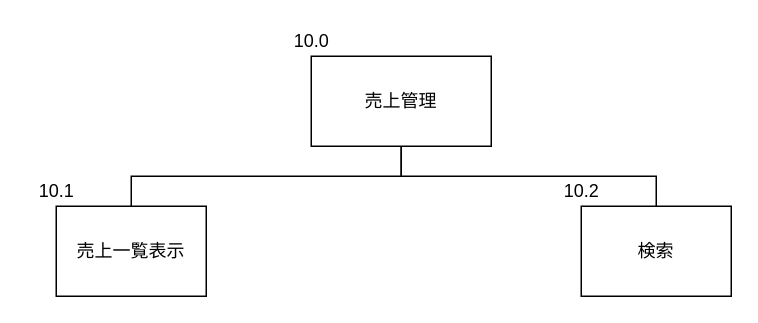
Earlier version of the draw.io diagram page "売上管理" (9 of 9) of 提出ドキュメント/サブシステム構造図/サブシステム構造図.drawio (Yamanin3/system-devel). Source tidied: cells renumbered, new cells numbered last; positions are measured from the earlier drawing's top-left corner, leaving out a move shared by most shapes. Both pictures are drawn from the tidied source at 150%, with x=0, y=0 at pixel (26, 26).
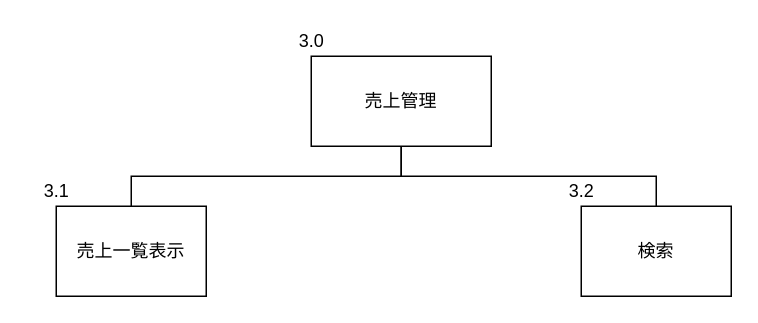
Above is the later version.

What changed in the source:
```diff
@@
 <mxGraphModel>
   <root>
     <mxCell id="0" />
     <mxCell id="1" parent="0" />
     <mxCell id="2" value="売上管理" style="whiteSpace=wrap;html=1;align=center;" parent="1" vertex="1">
       <mxGeometry x="190" y="20" width="120" height="60" as="geometry" />
     </mxCell>
-    <mxCell id="3" value="10.0" style="text;html=1;align=center;verticalAlign=middle;fillColor=none;strokeColor=none;rounded=0;" parent="2" vertex="1">
-      <mxGeometry x="-20" y="-20" width="40" height="20" as="geometry" />
+    <mxCell id="3" value="3.0" style="text;html=1;align=center;verticalAlign=middle;fillColor=none;strokeColor=none;rounded=0;" parent="2" vertex="1">
+      <mxGeometry x="-15" y="-20" width="30" height="20" as="geometry" />
     </mxCell>
     <mxCell id="4" value="検索" style="whiteSpace=wrap;html=1;align=center;verticalAlign=middle;" parent="1" vertex="1">
       <mxGeometry x="370" y="120" width="100" height="60" as="geometry" />
     </mxCell>
     <mxCell id="5" style="edgeStyle=elbowEdgeStyle;elbow=vertical;startArrow=none;endArrow=none;rounded=0;" parent="1" edge="1" target="4">
       <mxGeometry relative="1" as="geometry">
         <mxPoint x="250" y="80" as="sourcePoint" />
       </mxGeometry>
     </mxCell>
     <mxCell id="6" value="売上一覧表示" style="whiteSpace=wrap;html=1;align=center;verticalAlign=middle;" parent="1" vertex="1">
       <mxGeometry x="20" y="120" width="100" height="60" as="geometry" />
     </mxCell>
     <mxCell id="7" style="edgeStyle=elbowEdgeStyle;elbow=vertical;startArrow=none;endArrow=none;rounded=0;exitX=0.5;exitY=1;exitDx=0;exitDy=0;" parent="1" edge="1" source="2" target="6">
       <mxGeometry relative="1" as="geometry" />
     </mxCell>
-    <mxCell id="8" value="10.1" style="text;html=1;align=center;verticalAlign=middle;fillColor=none;strokeColor=none;rounded=0;" parent="1" vertex="1">
-      <mxGeometry y="100" width="40" height="20" as="geometry" />
+    <mxCell id="8" value="3.1" style="text;html=1;align=center;verticalAlign=middle;fillColor=none;strokeColor=none;rounded=0;" parent="1" vertex="1">
+      <mxGeometry x="5" y="100" width="30" height="20" as="geometry" />
     </mxCell>
-    <mxCell id="9" value="10.2" style="text;html=1;align=center;verticalAlign=middle;fillColor=none;strokeColor=none;rounded=0;" parent="1" vertex="1">
-      <mxGeometry x="350" y="100" width="40" height="20" as="geometry" />
+    <mxCell id="9" value="3.2" style="text;html=1;align=center;verticalAlign=middle;fillColor=none;strokeColor=none;rounded=0;" parent="1" vertex="1">
+      <mxGeometry x="355" y="100" width="30" height="20" as="geometry" />
     </mxCell>
   </root>
 </mxGraphModel>
```
